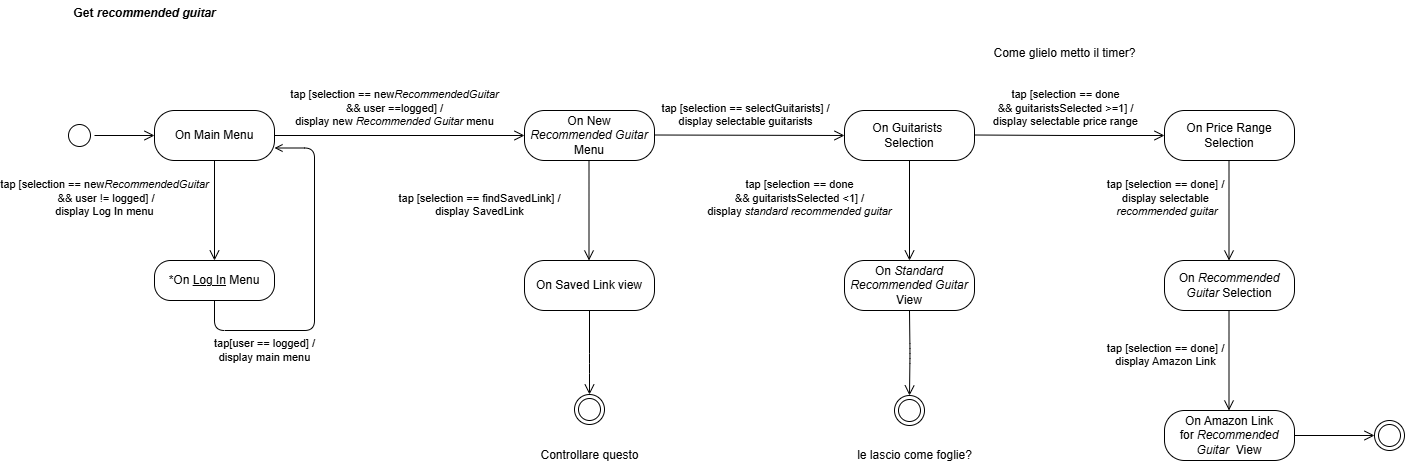
Above: diagrams/StateDiagramM.drawio.png in TizianoLilli/ISPW-Project (draw.io), before the change. Source tidied: cells renumbered, new cells last; positions are measured from the earlier drawing's top-left corner, leaving out a move shared by most shapes.
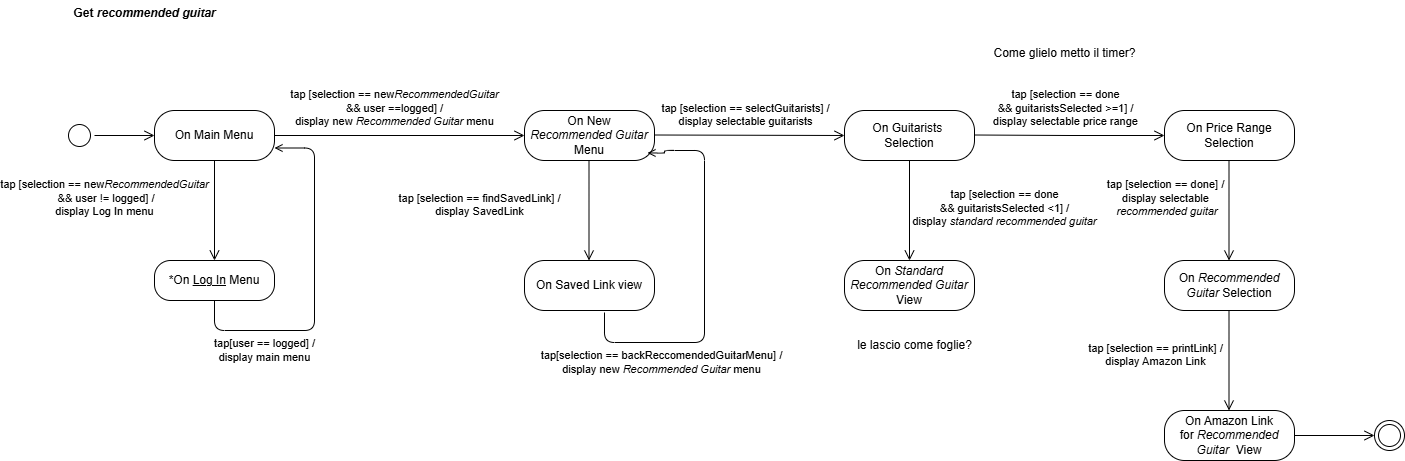
The same diagram one commit later.

Diff of the diagram source:
```diff
@@ -57,7 +57,7 @@
       <mxGeometry x="1100" y="110" width="130" height="50" as="geometry" />
     </mxCell>
     <mxCell id="15" value="tap [selection == done&lt;div&gt;&amp;amp;&amp;amp; guitaristsSelected &amp;lt;1] /&lt;/div&gt;&lt;div&gt;display &lt;i&gt;standard recommended guitar&lt;/i&gt;&lt;/div&gt;" style="edgeStyle=orthogonalEdgeStyle;html=1;verticalAlign=bottom;endArrow=open;endSize=8;rounded=1;labelBackgroundColor=none;fontColor=default;entryX=0.5;entryY=0;entryDx=0;entryDy=0;curved=0;" parent="1" edge="1">
-      <mxGeometry x="0.2" y="-110" relative="1" as="geometry">
+      <mxGeometry x="0.4" y="95" relative="1" as="geometry">
         <mxPoint x="845" y="160" as="sourcePoint" />
         <mxPoint x="845" y="260" as="targetPoint" />
       </mxGeometry>
@@ -74,8 +74,8 @@
     <mxCell id="18" value="On &lt;i&gt;Recommended Guitar &lt;/i&gt;Selection" style="rounded=1;whiteSpace=wrap;html=1;arcSize=40;labelBackgroundColor=none;" parent="1" vertex="1">
       <mxGeometry x="1100" y="260" width="130" height="50" as="geometry" />
     </mxCell>
-    <mxCell id="19" value="tap [selection == done] /&lt;div&gt;display Amazon Link&lt;/div&gt;" style="edgeStyle=orthogonalEdgeStyle;html=1;verticalAlign=bottom;endArrow=open;endSize=8;rounded=1;labelBackgroundColor=none;fontColor=default;entryX=0.5;entryY=0;entryDx=0;entryDy=0;curved=0;" parent="1" edge="1">
-      <mxGeometry x="0.2" y="-64" relative="1" as="geometry">
+    <mxCell id="19" value="tap [selection == printLink] /&lt;div&gt;display Amazon Link&lt;/div&gt;" style="edgeStyle=orthogonalEdgeStyle;html=1;verticalAlign=bottom;endArrow=open;endSize=8;rounded=1;labelBackgroundColor=none;fontColor=default;entryX=0.5;entryY=0;entryDx=0;entryDy=0;curved=0;" parent="1" edge="1">
+      <mxGeometry x="0.2" y="-74" relative="1" as="geometry">
         <mxPoint x="1164.5" y="310" as="sourcePoint" />
         <mxPoint x="1164.5" y="410" as="targetPoint" />
       </mxGeometry>
@@ -89,17 +89,6 @@
     <mxCell id="22" style="edgeStyle=orthogonalEdgeStyle;html=1;verticalAlign=bottom;endArrow=open;endSize=8;rounded=1;labelBackgroundColor=none;fontColor=default;entryX=0;entryY=0.5;entryDx=0;entryDy=0;curved=0;exitX=1;exitY=0.5;exitDx=0;exitDy=0;" parent="1" edge="1" source="20" target="21">
       <mxGeometry x="0.2" y="-64" relative="1" as="geometry" />
     </mxCell>
-    <mxCell id="23" style="edgeStyle=orthogonalEdgeStyle;html=1;verticalAlign=bottom;endArrow=open;endSize=8;rounded=1;labelBackgroundColor=none;fontColor=default;entryX=0.5;entryY=0;entryDx=0;entryDy=0;curved=0;" parent="1" edge="1" target="24">
-      <mxGeometry x="0.2" y="-110" relative="1" as="geometry">
-        <mxPoint x="845" y="310" as="sourcePoint" />
-      </mxGeometry>
-    </mxCell>
-    <mxCell id="24" style="ellipse;html=1;shape=endState;labelBackgroundColor=none;" parent="1" vertex="1">
-      <mxGeometry x="830" y="395" width="30" height="30" as="geometry" />
-    </mxCell>
-    <mxCell id="25" value="Controllare questo" style="text;html=1;align=center;verticalAlign=middle;strokeColor=none;fillColor=none;" parent="1" vertex="1">
-      <mxGeometry x="465" y="440" width="120" height="30" as="geometry" />
-    </mxCell>
     <mxCell id="26" value="Come glielo metto il timer?" style="text;html=1;align=center;verticalAlign=middle;strokeColor=none;fillColor=none;" parent="1" vertex="1">
       <mxGeometry x="915" y="38" width="170" height="30" as="geometry" />
     </mxCell>
@@ -112,19 +101,20 @@
     <mxCell id="29" value="On Saved Link view" style="rounded=1;whiteSpace=wrap;html=1;arcSize=40;labelBackgroundColor=none;" parent="1" vertex="1">
       <mxGeometry x="460" y="260" width="130" height="50" as="geometry" />
     </mxCell>
-    <mxCell id="30" style="edgeStyle=orthogonalEdgeStyle;html=1;verticalAlign=bottom;endArrow=open;endSize=8;rounded=1;labelBackgroundColor=none;fontColor=default;entryX=0.5;entryY=0;entryDx=0;entryDy=0;curved=0;exitX=0.5;exitY=1;exitDx=0;exitDy=0;" parent="1" edge="1" source="29" target="31">
-      <mxGeometry x="0.2" y="-110" relative="1" as="geometry">
-        <Array as="points">
-          <mxPoint x="525" y="363" />
-          <mxPoint x="525" y="363" />
-        </Array>
-      </mxGeometry>
-    </mxCell>
-    <mxCell id="31" style="ellipse;html=1;shape=endState;labelBackgroundColor=none;" parent="1" vertex="1">
-      <mxGeometry x="510" y="394" width="30" height="30" as="geometry" />
-    </mxCell>
     <mxCell id="32" value="le lascio come foglie?" style="text;html=1;align=center;verticalAlign=middle;strokeColor=none;fillColor=none;" parent="1" vertex="1">
-      <mxGeometry x="780" y="440" width="140" height="30" as="geometry" />
+      <mxGeometry x="780" y="330" width="140" height="30" as="geometry" />
     </mxCell>
+    <mxCell id="33" value="tap[selection == backReccomendedGuitarMenu] /&lt;div&gt;display new &lt;i&gt;Recommended Guitar &lt;/i&gt;menu&lt;/div&gt;" style="edgeStyle=orthogonalEdgeStyle;rounded=1;jettySize=auto;html=1;exitX=0.5;exitY=0;exitDx=0;exitDy=0;curved=0;endArrow=open;endFill=0;entryX=0.946;entryY=0.849;entryDx=0;entryDy=0;labelBackgroundColor=none;fontColor=default;entryPerimeter=0;" parent="1" edge="1" target="8">
+      <mxGeometry x="-0.54" y="-20" relative="1" as="geometry">
+        <mxPoint x="540" y="312" as="sourcePoint" />
+        <Array as="points">
+          <mxPoint x="540" y="342" />
+          <mxPoint x="640" y="342" />
+          <mxPoint x="640" y="150" />
+          <mxPoint x="600" y="150" />
+          <mxPoint x="600" y="153" />
+        </Array>
+      </mxGeometry>
+    </mxCell>
   </root>
 </mxGraphModel>
```
